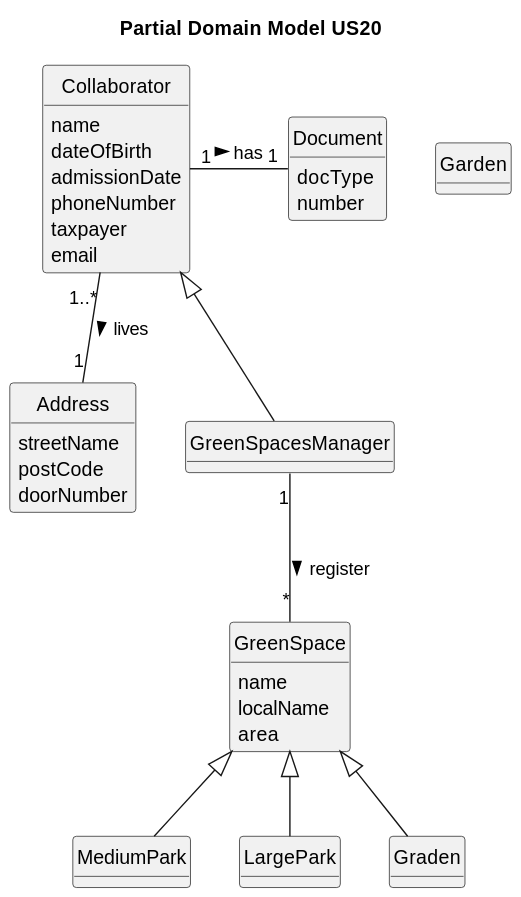
The PlantUML diagram docs/sprint3/us20/02.analysis/svg/us20-domain-model.svg in Departamento-de-Engenharia-Informatica/lei-24-s2-1db-g022, before a commit.
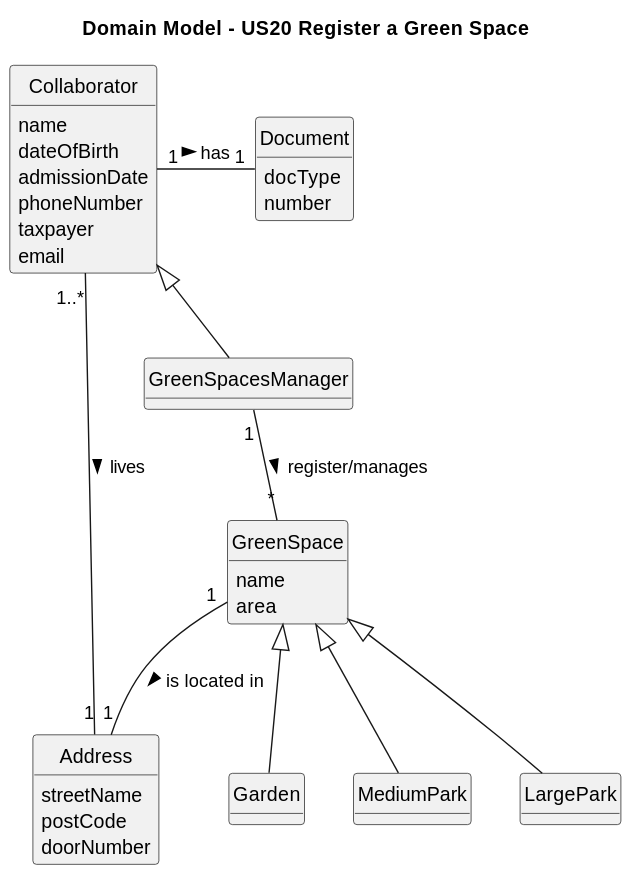
The same diagram one commit later.

The edit, as a diff of the source:
```diff
@@ -6,7 +6,7 @@
 hide circle
 hide methods
 
-title Partial Domain Model US20
+title Domain Model - US20 Register a Green Space
 
 
 class Collaborator {
@@ -20,7 +20,6 @@
 
 class GreenSpace {
     name
-    localName
     area
 }
 
@@ -55,9 +54,10 @@
 
 Collaborator  <|--  GreenSpacesManager
 
-GreenSpacesManager "1" -- "*" GreenSpace : register >
+GreenSpacesManager "1" -- "*" GreenSpace : register/manages >
+GreenSpace "1" -- "1" Address : is located in >
 
-GreenSpace <|-- Graden
+GreenSpace <|-- Garden
 GreenSpace <|-- MediumPark
 GreenSpace <|-- LargePark
 @enduml
```
